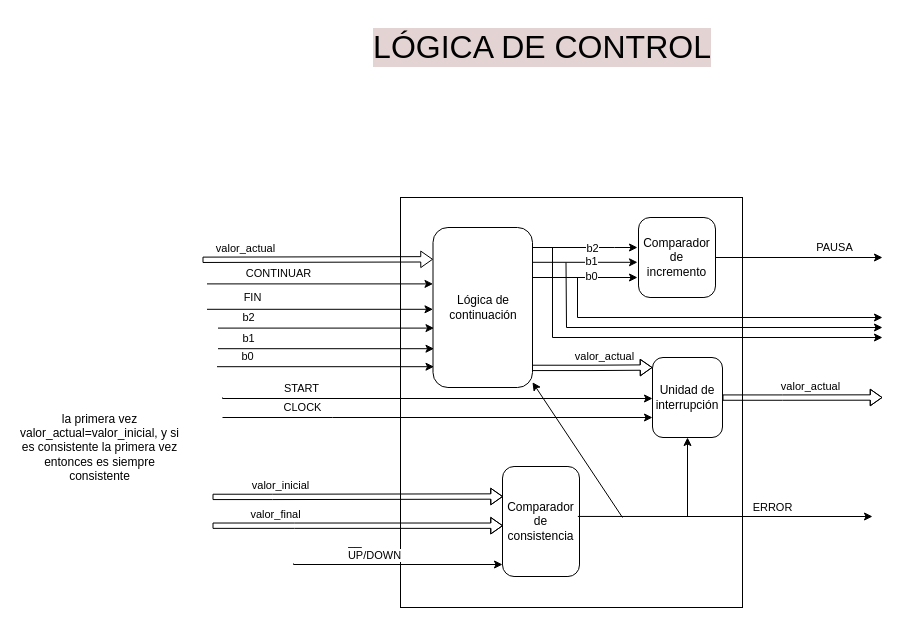
Above: page "LógicaDeControl" (5 of 5) of Integrador/Integrador.drawio in albertinap/IDL (draw.io), before the change. Source tidied: cells renumbered, new cells numbered last; positions are measured from the earlier drawing's top-left corner, leaving out a move shared by most shapes. Both pictures are drawn from the tidied source at 100%, with x=0, y=0 at pixel (17, 17).
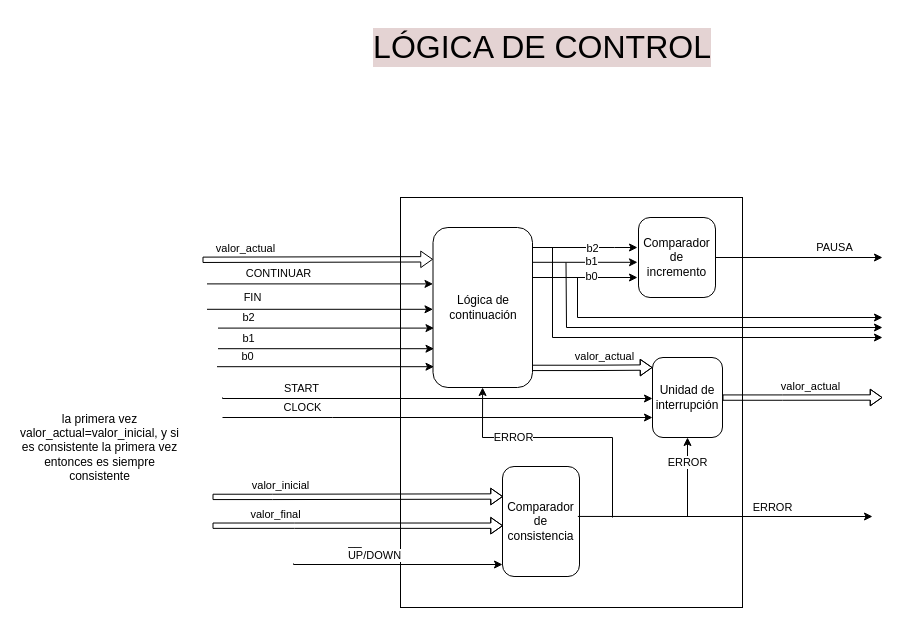
Above is the later version.

Unchanged cells that the change refers to:
```xml
<mxCell id="31" value="Lógica de continuación" style="rounded=1;whiteSpace=wrap;html=1;" parent="1" vertex="1">
  <mxGeometry x="415.5" y="210" width="99.5" height="160" as="geometry" />
</mxCell>
<mxCell id="40" value="ERROR" style="endArrow=classic;html=1;rounded=0;exitX=0.979;exitY=0.454;exitDx=0;exitDy=0;exitPerimeter=0;" parent="1" edge="1" source="26" target="41">
  <mxGeometry x="0.26" y="-85" relative="1" as="geometry">
    <Array as="points">
      <mxPoint x="670" y="499" />
    </Array>
  </mxGeometry>
</mxCell>
```

What changed in the source:
```diff
@@
+    <mxCell id="48" value="ERROR" style="edgeLabel;html=1;align=center;verticalAlign=middle;" parent="40" vertex="1">
+      <mxGeometry x="0.74" y="1" relative="1" as="geometry" />
+    </mxCell>
@@
     <mxCell id="47" style="endArrow=classic;html=1;rounded=0;" parent="1" edge="1" target="31">
       <mxGeometry relative="1" as="geometry">
-        <mxPoint x="605" y="500" as="sourcePoint" />
+        <mxPoint x="595" y="500" as="sourcePoint" />
+        <Array as="points">
+          <mxPoint x="595" y="420" />
+          <mxPoint x="465" y="420" />
+        </Array>
       </mxGeometry>
     </mxCell>
+    <mxCell id="49" value="ERROR" style="edgeLabel;html=1;align=center;verticalAlign=middle;" parent="47" vertex="1">
+      <mxGeometry x="-0.64" y="1" relative="1" as="geometry">
+        <mxPoint x="-99" y="-34" as="offset" />
+      </mxGeometry>
+    </mxCell>
```
